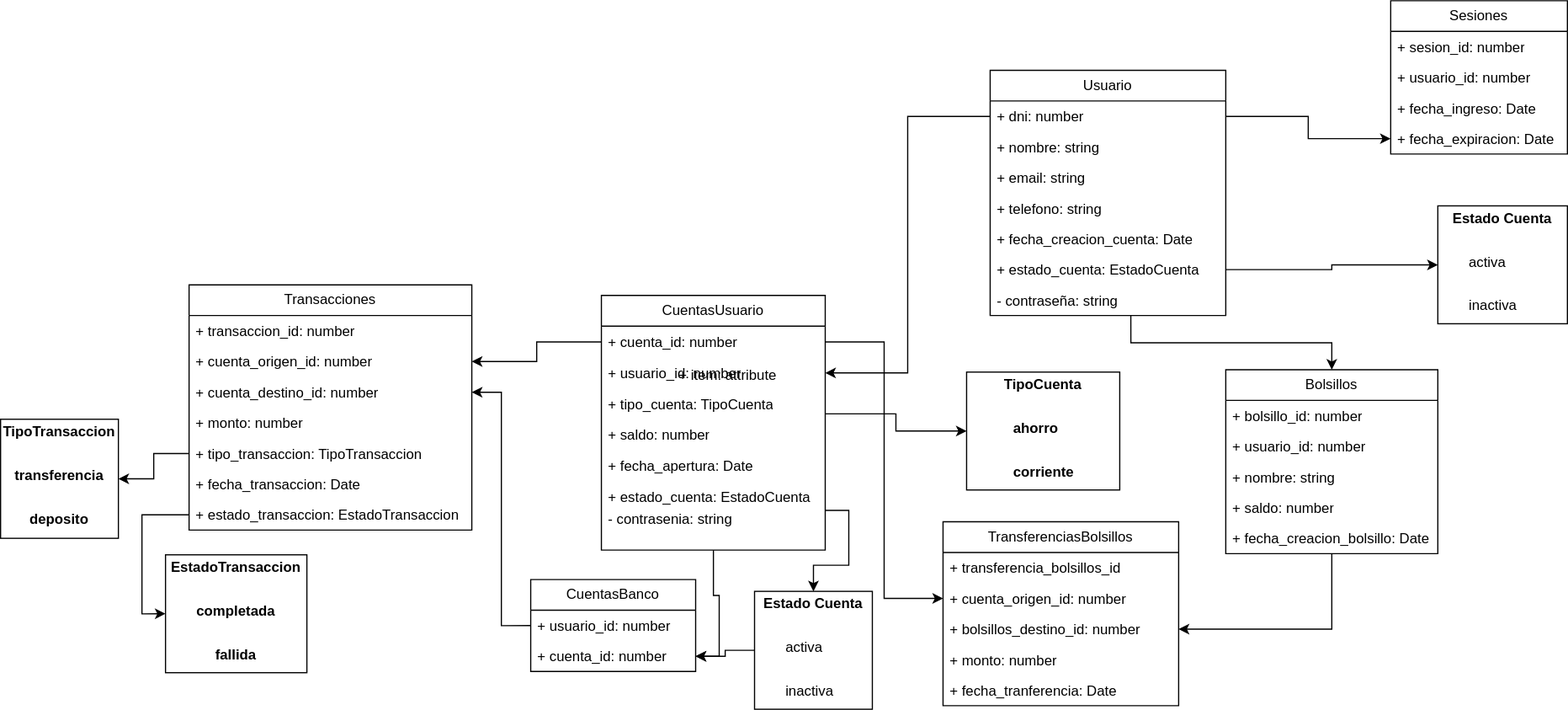
Juanes23132A/Sistema_Transacciones_Bancarias_ApiRest keeps this draw.io diagram as Diagrama UML Sistema Transacciones Bancarias.svg. Above is the earlier version. Source tidied: cells renumbered, new cells last; positions are measured from the earlier drawing's top-left corner, leaving out a move shared by most shapes.
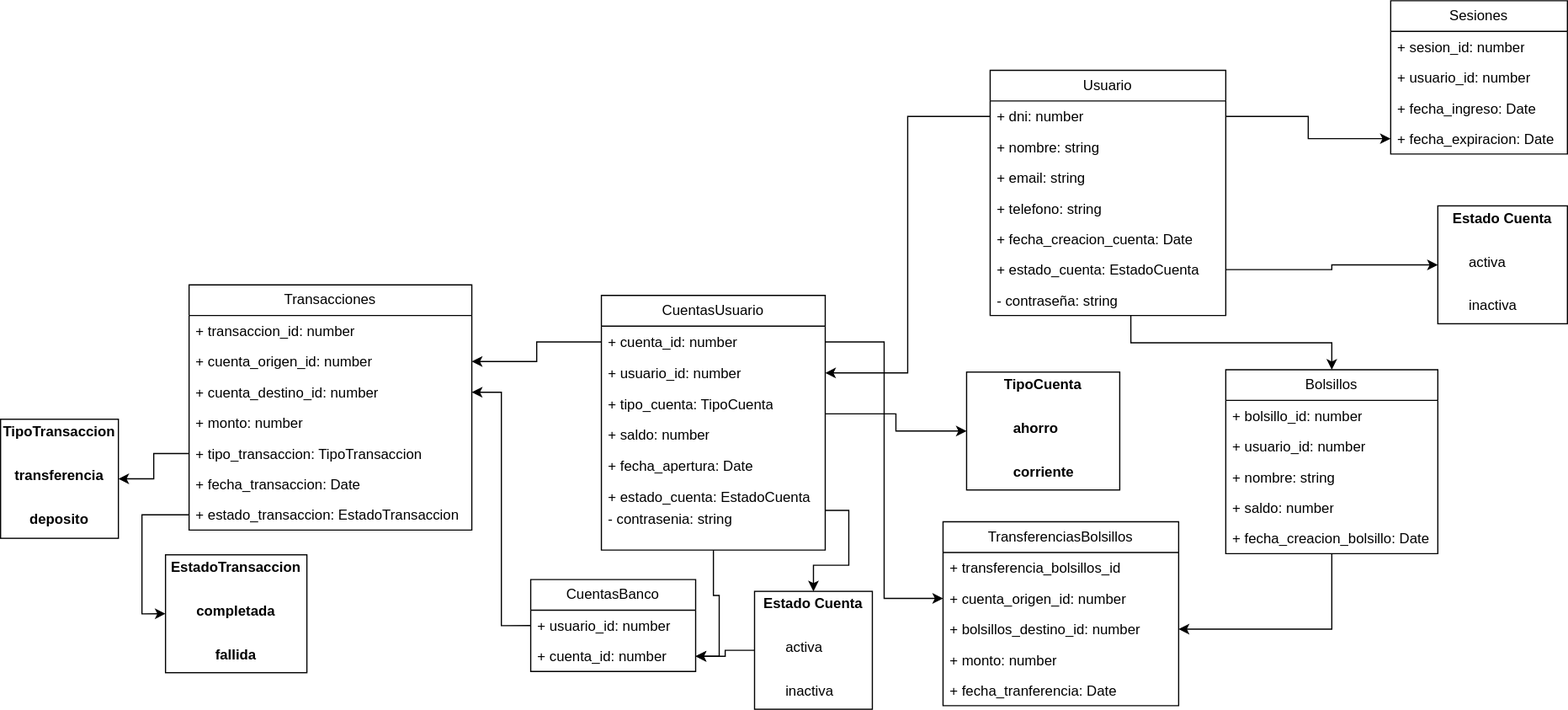
After the change.

Commit message:
Diagrama UML

Diff of the diagram source:
```diff
@@ -203,9 +203,6 @@
     <mxCell id="68" value="+ estado_cuenta: EstadoCuenta" style="text;strokeColor=none;fillColor=none;align=left;verticalAlign=top;spacingLeft=4;spacingRight=4;overflow=hidden;points=[[0,0.5],[1,0.5]];portConstraint=eastwest;whiteSpace=wrap;html=1;" parent="61" vertex="1">
       <mxGeometry y="157.8" width="190" height="48.8" as="geometry" />
     </mxCell>
-    <mxCell id="69" value="+ item: attribute" style="text;strokeColor=none;fillColor=none;align=left;verticalAlign=top;spacingLeft=4;spacingRight=4;overflow=hidden;whiteSpace=wrap;html=1;fontFamily=Helvetica;fontSize=12;fontColor=default;" parent="61" vertex="1">
-      <mxGeometry x="60" y="54.5" width="100" height="24.4" as="geometry" />
-    </mxCell>
     <mxCell id="70" value="- contrasenia: string" style="text;strokeColor=none;fillColor=none;align=left;verticalAlign=top;spacingLeft=4;spacingRight=4;overflow=hidden;whiteSpace=wrap;html=1;" parent="61" vertex="1">
       <mxGeometry y="175.6" width="190" height="48.8" as="geometry" />
     </mxCell>
```
